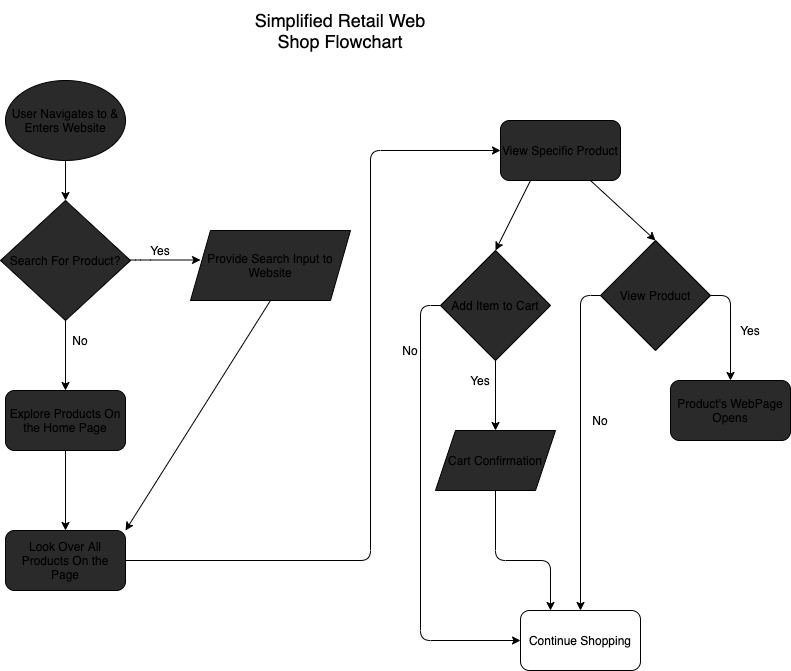
This is part2/part2.drawio.png from aksharans/sp21-cse110-lab4, a draw.io export, as it was before one commit. Source tidied: cells renumbered, new cells last; positions are measured from the earlier drawing's top-left corner, leaving out a move shared by most shapes.
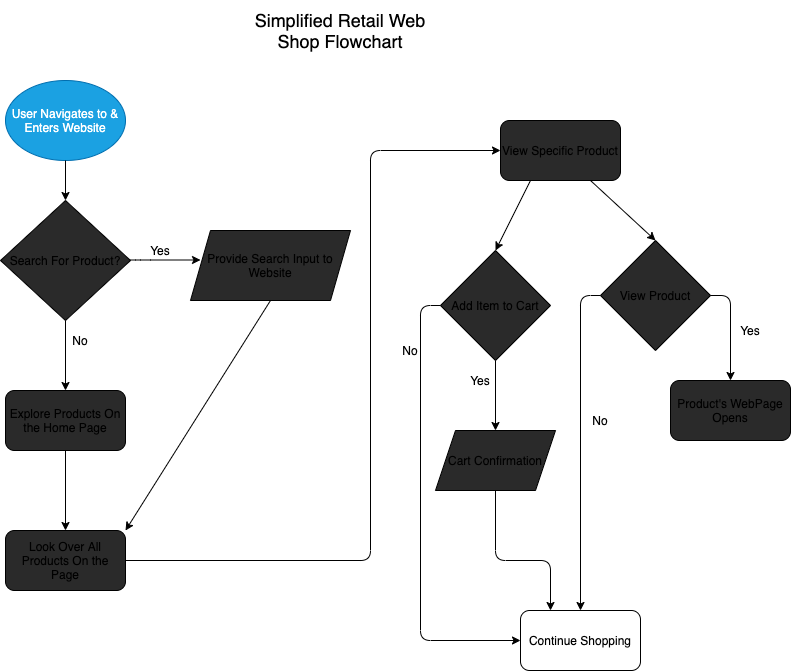
The same diagram one commit later.

What changed in the source:
```diff
@@ -1,11 +1,11 @@
-<mxGraphModel background="#FFFFFF">
+<mxGraphModel background="#ffffff">
   <root>
     <mxCell id="0" />
     <mxCell id="1" parent="0" />
     <mxCell id="2" value="&lt;font style=&quot;font-size: 18px&quot; color=&quot;#000000&quot;&gt;Simplified Retail Web Shop Flowchart&lt;/font&gt;" style="text;html=1;strokeColor=none;fillColor=none;align=center;verticalAlign=middle;whiteSpace=wrap;rounded=0;" parent="1" vertex="1">
       <mxGeometry x="250" width="180" height="60" as="geometry" />
     </mxCell>
-    <mxCell id="3" value="User Navigates to &amp;amp; Enters Website" style="ellipse;whiteSpace=wrap;html=1;fillColor=#2A2A2A;" parent="1" vertex="1">
+    <mxCell id="3" value="User Navigates to &amp;amp; Enters Website" style="ellipse;whiteSpace=wrap;html=1;fillColor=#1ba1e2;strokeColor=#006EAF;fontColor=#ffffff;" parent="1" vertex="1">
       <mxGeometry x="5" y="80" width="120" height="80" as="geometry" />
     </mxCell>
     <mxCell id="4" value="Search For Product?" style="rhombus;whiteSpace=wrap;html=1;fillColor=#2A2A2A;" parent="1" vertex="1">
```
